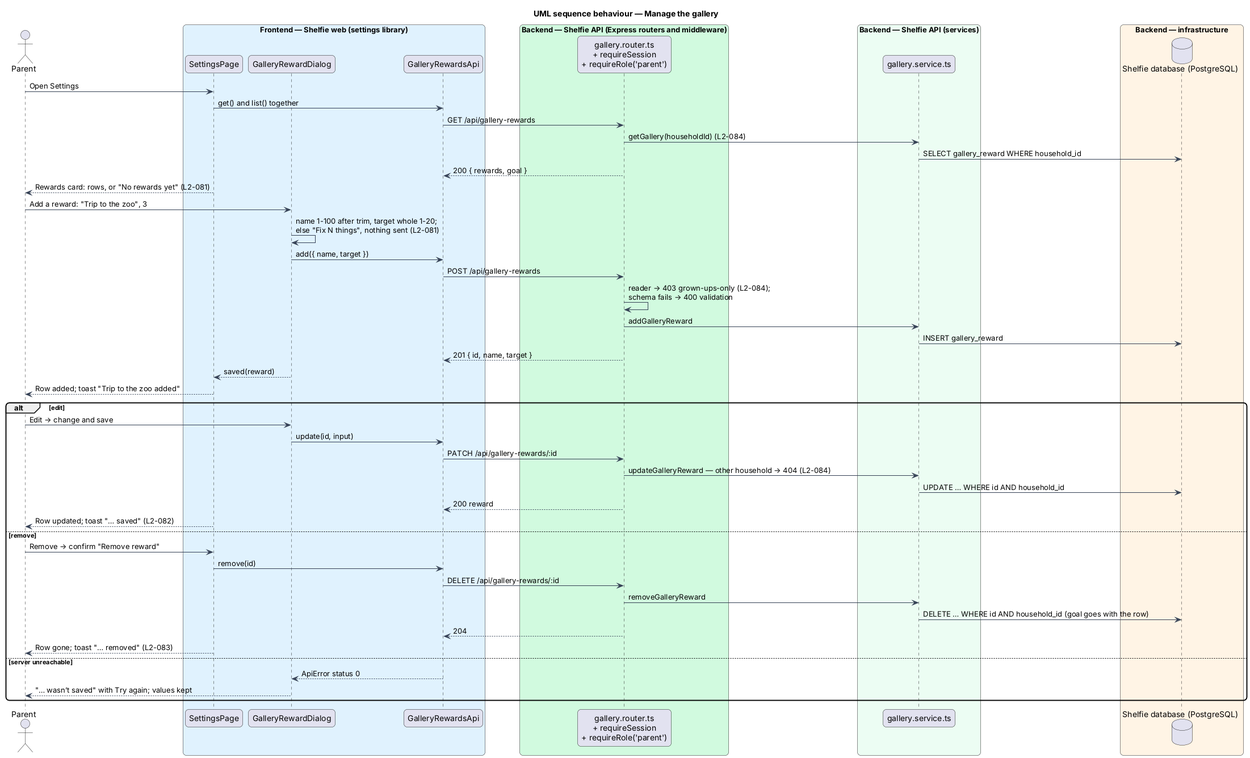
This is docs/detailed-designs/review/reward-gallery/diagrams/sequence-manage-gallery.png from QuinntyneBrown/shelfie, a PlantUML export, as it was before one commit. Its diagram source:
```plantuml
@startuml
title UML sequence behaviour — Manage the gallery
skinparam backgroundColor #FFFFFF
skinparam shadowing false
skinparam roundcorner 12
skinparam defaultFontName Arial
skinparam ArrowColor #344054
actor "Parent" as parent
box "Frontend — Shelfie web (settings library)" #E0F2FE
  participant "SettingsPage" as page
  participant "GalleryRewardDialog" as dialog
  participant "GalleryRewardsApi" as client
end box
box "Backend — Shelfie API (Express routers and middleware)" #D1FADF
  participant "gallery.router.ts\n+ requireSession\n+ requireRole('parent')" as router
end box
box "Backend — Shelfie API (services)" #ECFDF3
  participant "gallery.service.ts" as service
end box
box "Backend — infrastructure" #FFF4E5
  database "Shelfie database (PostgreSQL)" as db
end box

parent -> page : Open Settings
page -> client : get() and list() together
client -> router : GET /api/gallery-rewards
router -> service : getGallery(householdId) (L2-084)
service -> db : SELECT gallery_reward WHERE household_id
router --> client : 200 { rewards, goal }
page --> parent : Rewards card: rows, or "No rewards yet" (L2-081)
parent -> dialog : Add a reward: "Trip to the zoo", 3
dialog -> dialog : name 1-100 after trim, target whole 1-20;\nelse "Fix N things", nothing sent (L2-081)
dialog -> client : add({ name, target })
client -> router : POST /api/gallery-rewards
router -> router : reader → 403 grown-ups-only (L2-084);\nschema fails → 400 validation
router -> service : addGalleryReward
service -> db : INSERT gallery_reward
router --> client : 201 { id, name, target }
dialog --> page : saved(reward)
page --> parent : Row added; toast "Trip to the zoo added"
alt edit
  parent -> dialog : Edit → change and save
  dialog -> client : update(id, input)
  client -> router : PATCH /api/gallery-rewards/:id
  router -> service : updateGalleryReward — other household → 404 (L2-084)
  service -> db : UPDATE … WHERE id AND household_id
  router --> client : 200 reward
  page --> parent : Row updated; toast "… saved" (L2-082)
else remove
  parent -> page : Remove → confirm "Remove reward"
  page -> client : remove(id)
  client -> router : DELETE /api/gallery-rewards/:id
  router -> service : removeGalleryReward
  service -> db : DELETE … WHERE id AND household_id (goal goes with the row)
  router --> client : 204
  page --> parent : Row gone; toast "… removed" (L2-083)
else server unreachable
  client --> dialog : ApiError status 0
  dialog --> parent : "… wasn’t saved" with Try again; values kept
end
@enduml
```
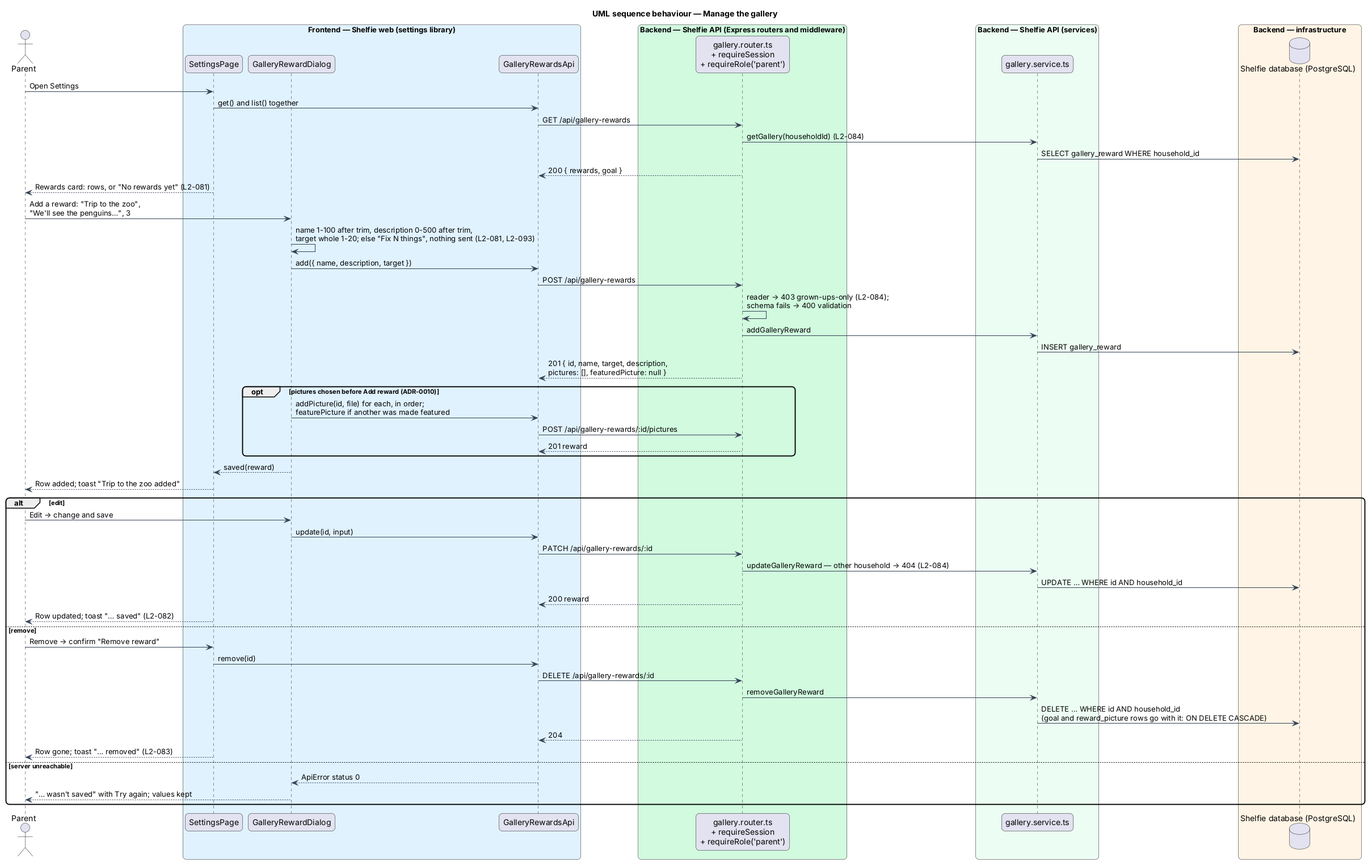
After the commit.

Commit message:
Design reward descriptions and pictures: migration 006, picture routes, components, diagrams and ADR-0010

Change to the diagram source:
```diff
@@ -28,14 +28,19 @@
 service -> db : SELECT gallery_reward WHERE household_id
 router --> client : 200 { rewards, goal }
 page --> parent : Rewards card: rows, or "No rewards yet" (L2-081)
-parent -> dialog : Add a reward: "Trip to the zoo", 3
-dialog -> dialog : name 1-100 after trim, target whole 1-20;\nelse "Fix N things", nothing sent (L2-081)
-dialog -> client : add({ name, target })
+parent -> dialog : Add a reward: "Trip to the zoo",\n"We'll see the penguins…", 3
+dialog -> dialog : name 1-100 after trim, description 0-500 after trim,\ntarget whole 1-20; else "Fix N things", nothing sent (L2-081, L2-093)
+dialog -> client : add({ name, description, target })
 client -> router : POST /api/gallery-rewards
 router -> router : reader → 403 grown-ups-only (L2-084);\nschema fails → 400 validation
 router -> service : addGalleryReward
 service -> db : INSERT gallery_reward
-router --> client : 201 { id, name, target }
+router --> client : 201 { id, name, target, description,\npictures: [], featuredPicture: null }
+opt pictures chosen before Add reward (ADR-0010)
+  dialog -> client : addPicture(id, file) for each, in order;\nfeaturePicture if another was made featured
+  client -> router : POST /api/gallery-rewards/:id/pictures
+  router --> client : 201 reward
+end
 dialog --> page : saved(reward)
 page --> parent : Row added; toast "Trip to the zoo added"
 alt edit
@@ -51,7 +56,7 @@
   page -> client : remove(id)
   client -> router : DELETE /api/gallery-rewards/:id
   router -> service : removeGalleryReward
-  service -> db : DELETE … WHERE id AND household_id (goal goes with the row)
+  service -> db : DELETE … WHERE id AND household_id\n(goal and reward_picture rows go with it: ON DELETE CASCADE)
   router --> client : 204
   page --> parent : Row gone; toast "… removed" (L2-083)
 else server unreachable
```
